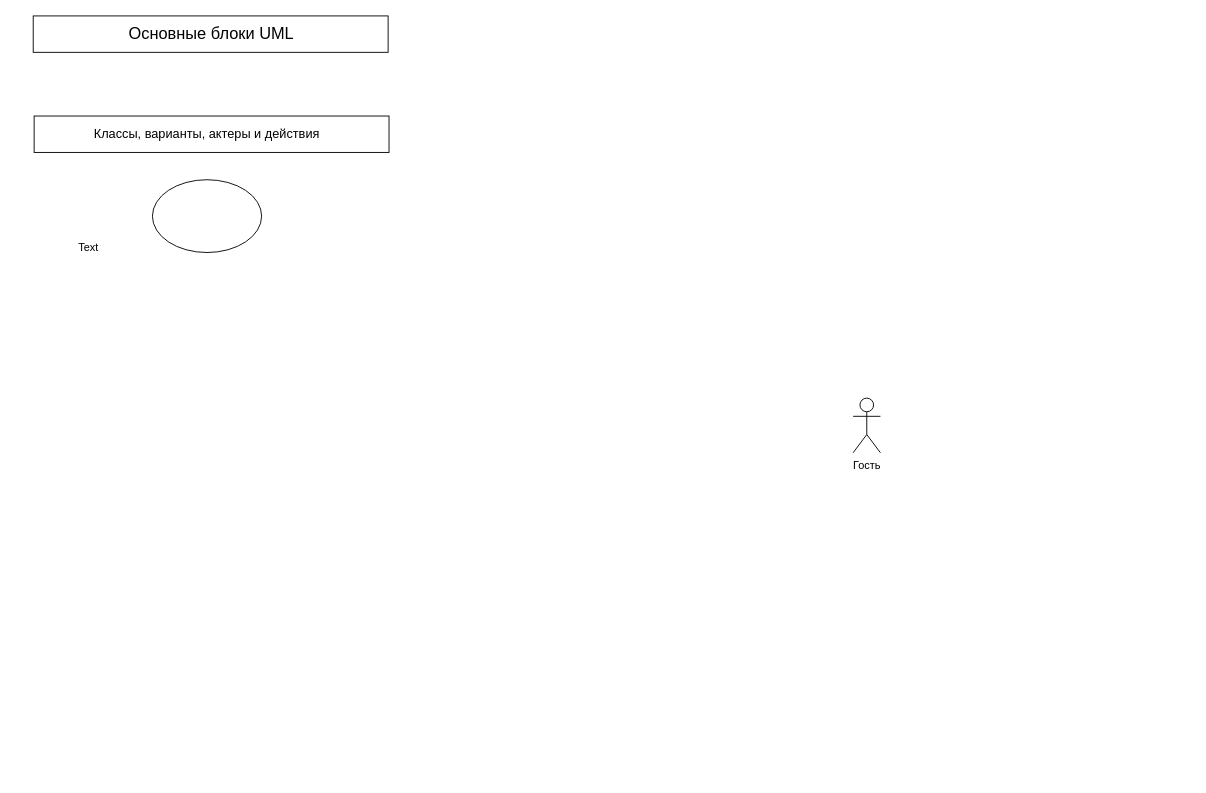
Mans0406/task1-22iSandP keeps this draw.io diagram as вариант лекция.drawio. Above is the earlier version. Source tidied: cells renumbered, new cells numbered last; positions are measured from the earlier drawing's top-left corner, leaving out a move shared by most shapes. Both pictures are drawn from the tidied source at 91%, with x=0, y=0 at pixel (15, 15).
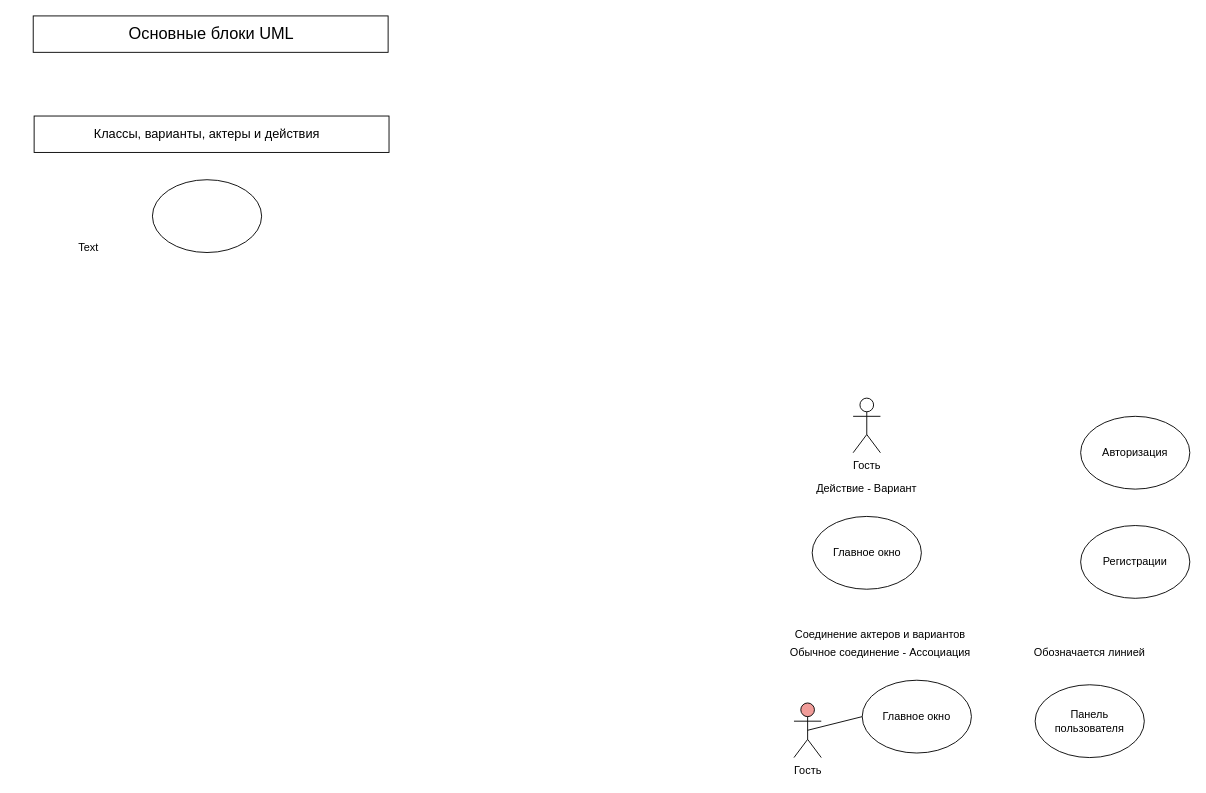
After the change.

What changed in the source:
```diff
@@
+    <mxCell id="9" value="Действие - Вариант" style="text;html=1;align=center;verticalAlign=middle;whiteSpace=wrap;rounded=0;" parent="1" vertex="1">
+      <mxGeometry x="855" y="505" width="160" height="30" as="geometry" />
+    </mxCell>
+    <mxCell id="10" style="ellipse;whiteSpace=wrap;html=1;" parent="1" vertex="1">
+      <mxGeometry x="875" y="550" width="120" height="80" as="geometry" />
+    </mxCell>
+    <mxCell id="11" value="Главное окно" style="text;html=1;align=center;verticalAlign=middle;whiteSpace=wrap;rounded=0;" parent="1" vertex="1">
+      <mxGeometry x="887.5" y="575" width="95" height="30" as="geometry" />
+    </mxCell>
+    <mxCell id="12" style="ellipse;whiteSpace=wrap;html=1;" parent="1" vertex="1">
+      <mxGeometry x="1170" y="440" width="120" height="80" as="geometry" />
+    </mxCell>
+    <mxCell id="13" value="Авторизация" style="text;html=1;align=center;verticalAlign=middle;whiteSpace=wrap;rounded=0;" parent="1" vertex="1">
+      <mxGeometry x="1200" y="465" width="60" height="30" as="geometry" />
+    </mxCell>
+    <mxCell id="14" style="ellipse;whiteSpace=wrap;html=1;" parent="1" vertex="1">
+      <mxGeometry x="1170" y="560" width="120" height="80" as="geometry" />
+    </mxCell>
+    <mxCell id="15" value="Регистрации" style="text;html=1;align=center;verticalAlign=middle;whiteSpace=wrap;rounded=0;" parent="1" vertex="1">
+      <mxGeometry x="1200" y="585" width="60" height="30" as="geometry" />
+    </mxCell>
+    <mxCell id="16" value="Соединение актеров и вариантов" style="text;html=1;align=center;verticalAlign=middle;whiteSpace=wrap;rounded=0;" parent="1" vertex="1">
+      <mxGeometry x="830" y="670" width="240" height="20" as="geometry" />
+    </mxCell>
+    <mxCell id="17" value="Обычное соединение - Ассоциация" style="text;html=1;align=center;verticalAlign=middle;whiteSpace=wrap;rounded=0;" parent="1" vertex="1">
+      <mxGeometry x="830" y="690" width="240" height="20" as="geometry" />
+    </mxCell>
+    <mxCell id="18" value="Обозначается линией" style="text;html=1;align=center;verticalAlign=middle;whiteSpace=wrap;rounded=0;" parent="1" vertex="1">
+      <mxGeometry x="1110" y="690" width="140" height="20" as="geometry" />
+    </mxCell>
+    <mxCell id="19" style="ellipse;whiteSpace=wrap;html=1;" parent="1" vertex="1">
+      <mxGeometry x="930" y="730" width="120" height="80" as="geometry" />
+    </mxCell>
+    <mxCell id="20" value="Главное окно" style="text;html=1;align=center;verticalAlign=middle;whiteSpace=wrap;rounded=0;" parent="1" vertex="1">
+      <mxGeometry x="945" y="755" width="90" height="30" as="geometry" />
+    </mxCell>
+    <mxCell id="21" style="rounded=0;jettySize=auto;html=1;exitX=0.5;exitY=0.5;exitDx=0;exitDy=0;exitPerimeter=0;entryX=0;entryY=0.5;entryDx=0;entryDy=0;startArrow=none;startFill=0;endArrow=none;endFill=0;" parent="1" edge="1" source="22" target="19">
+      <mxGeometry relative="1" as="geometry" />
+    </mxCell>
+    <mxCell id="22" value="Гость" style="shape=umlActor;verticalLabelPosition=bottom;verticalAlign=top;html=1;outlineConnect=0;fillColor=#F19C99;" parent="1" vertex="1">
+      <mxGeometry x="855" y="755" width="30" height="60" as="geometry" />
+    </mxCell>
+    <mxCell id="23" style="ellipse;whiteSpace=wrap;html=1;" parent="1" vertex="1">
+      <mxGeometry x="1120" y="735" width="120" height="80" as="geometry" />
+    </mxCell>
+    <mxCell id="24" value="Панель пользователя" style="text;html=1;align=center;verticalAlign=middle;whiteSpace=wrap;rounded=0;" parent="1" vertex="1">
+      <mxGeometry x="1150" y="760" width="60" height="30" as="geometry" />
+    </mxCell>
```
